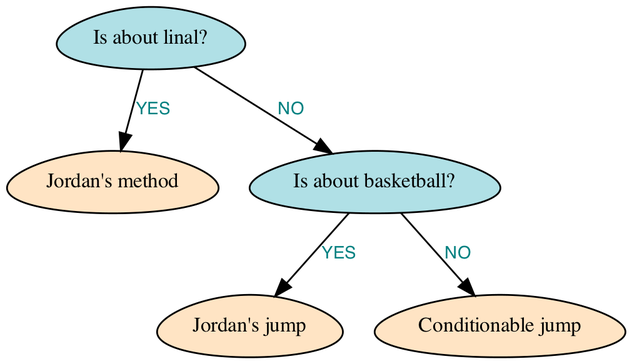
Earlier version of the Graphviz export sources/dump/dump_tree.png (BileyHarryCopter/Genie_of_Akinator). Its source is kept beside it as sources/dump/dump_tree.dot.
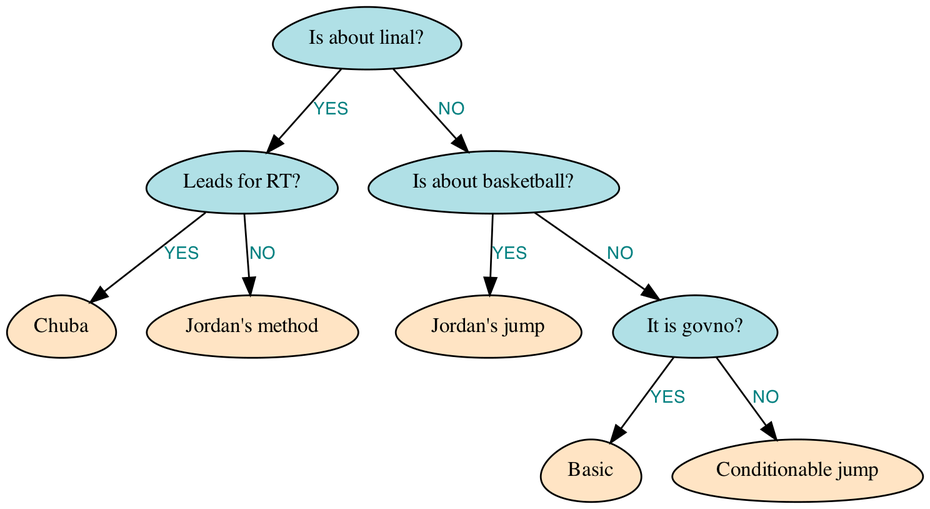
Later version of the same file.

Change to the diagram source:
```diff
@@ -8,15 +8,23 @@
 		node [shape = egg, style = "filled", fillcolor = "bisque", fontcolor = "black", fontsize = 12];
 		edge [color = "black", fontcolor = "teal", fontsize = 10, fontname = "Impact"];
 
-		node_0x7fb48b604090 [label = "Is about linal?", fillcolor = "powderblue"];
-		node_0x7fb48b6040b0 [label = "Jordan's method"];
-		node_0x7fb48b604170 [label = "Is about basketball?", fillcolor = "powderblue"];
-		node_0x7fb48b604190 [label = "Jordan's jump"];
-		node_0x7fb48b604690 [label = "Conditionable jump"];
+		node_0x7fd63d5041c0 [label = "Is about linal?", fillcolor = "powderblue"];
+		node_0x7fd63d5041e0 [label = "Leads for RT?", fillcolor = "powderblue"];
+		node_0x7fd63d5042a0 [label = "Chuba"];
+		node_0x7fd63d504360 [label = "Jordan's method"];
+		node_0x7fd63d504420 [label = "Is about basketball?", fillcolor = "powderblue"];
+		node_0x7fd63d5044e0 [label = "Jordan's jump"];
+		node_0x7fd63d704140 [label = "It is govno?", fillcolor = "powderblue"];
+		node_0x7fd63d704120 [label = "Basic"];
+		node_0x7fd63d5045a0 [label = "Conditionable jump"];
 
-		node_0x7fb48b604090 -> node_0x7fb48b6040b0 [label = "YES"];
-		node_0x7fb48b604090 -> node_0x7fb48b604170 [label = "NO"];
-		node_0x7fb48b604170 -> node_0x7fb48b604190 [label = "YES"];
-		node_0x7fb48b604170 -> node_0x7fb48b604690 [label = "NO"];
+		node_0x7fd63d5041c0 -> node_0x7fd63d5041e0 [label = "YES"];
+		node_0x7fd63d5041c0 -> node_0x7fd63d504420 [label = "NO"];
+		node_0x7fd63d5041e0 -> node_0x7fd63d5042a0 [label = "YES"];
+		node_0x7fd63d5041e0 -> node_0x7fd63d504360 [label = "NO"];
+		node_0x7fd63d504420 -> node_0x7fd63d5044e0 [label = "YES"];
+		node_0x7fd63d504420 -> node_0x7fd63d704140 [label = "NO"];
+		node_0x7fd63d704140 -> node_0x7fd63d704120 [label = "YES"];
+		node_0x7fd63d704140 -> node_0x7fd63d5045a0 [label = "NO"];
 	}
 }
```
